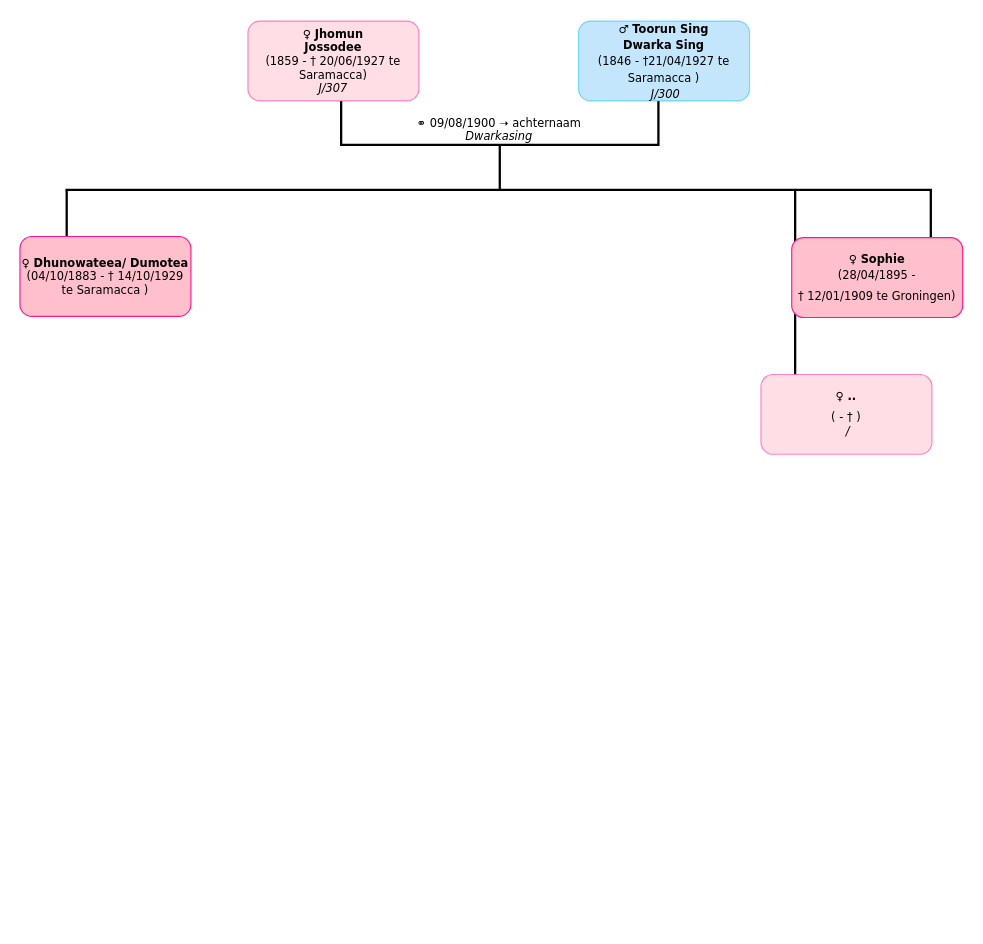
Kaadjal/Kaadjal keeps this draw.io diagram as Diagram zonder titel.drawio. Above is the earlier version. Source tidied: cells renumbered, new cells numbered last; positions are measured from the earlier drawing's top-left corner, leaving out a move shared by most shapes. Both pictures are drawn from the tidied source at 114%, with x=0, y=0 at pixel (19, -15).
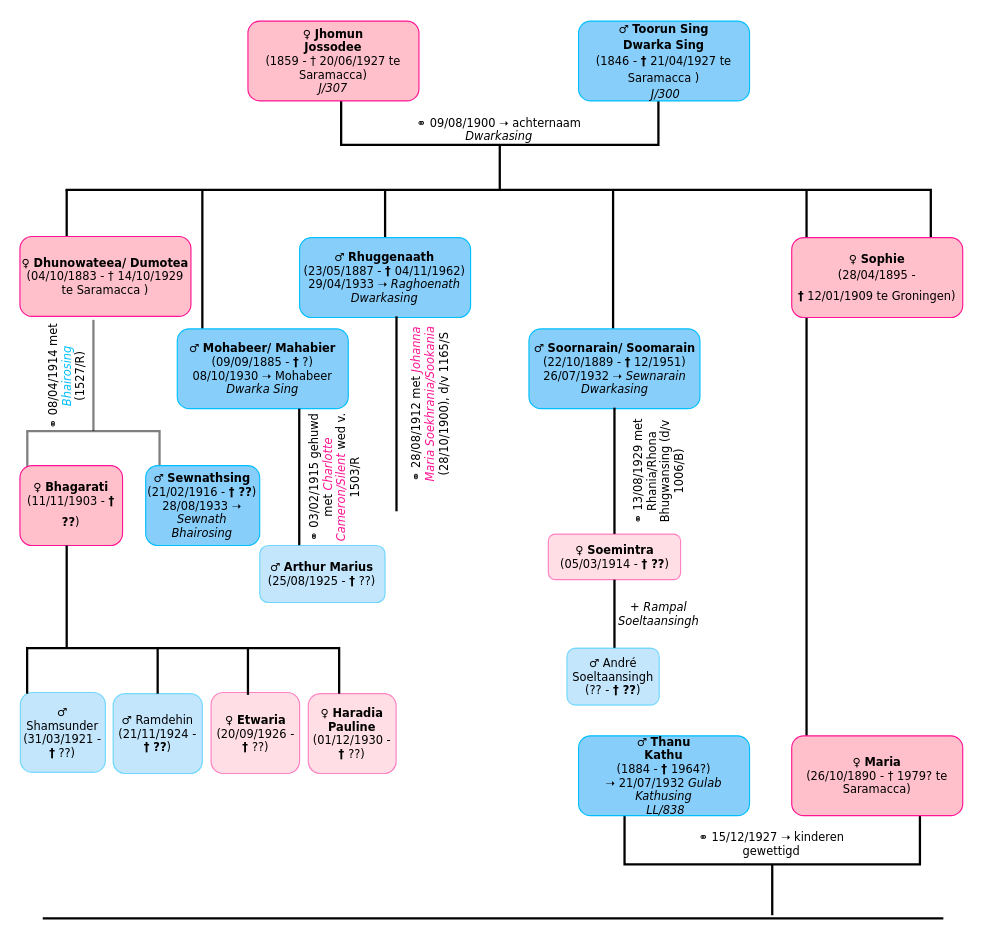
The same diagram, later.

Diff of the diagram source:
```diff
@@
+    <mxCell id="13" style="strokeWidth=2;html=1;shape=mxgraph.flowchart.annotation_2;align=left;labelPosition=right;fillStyle=auto;fontFamily=Verdana;fontSize=10;fillColor=#87CEFA;gradientColor=none;rotation=90;opacity=50;" parent="1" vertex="1">
+      <mxGeometry x="-33.1" y="332.6" width="195.1" height="116" as="geometry" />
+    </mxCell>
+    <mxCell id="14" style="strokeWidth=2;html=1;shape=mxgraph.flowchart.annotation_2;align=left;labelPosition=right;fillStyle=auto;fontFamily=Verdana;fontSize=10;fillColor=#87CEFA;gradientColor=none;rotation=-90;" parent="1" vertex="1">
+      <mxGeometry x="615.2" y="641.1" width="89.4" height="259.1" as="geometry" />
+    </mxCell>
@@
-    <mxCell id="3" value="&lt;div style=&quot;font-size: 10px;&quot;&gt;&lt;font style=&quot;font-size: 10px;&quot; face=&quot;Verdana&quot;&gt;♀ &lt;b&gt;Jhomun&lt;/b&gt;&lt;/font&gt;&lt;/div&gt;&lt;div style=&quot;font-size: 10px;&quot;&gt;&lt;font style=&quot;font-size: 10px;&quot; face=&quot;Verdana&quot;&gt;&lt;b&gt;&lt;font style=&quot;font-size: 10px;&quot;&gt;Jossodee&lt;/font&gt;&lt;/b&gt;&lt;/font&gt;&lt;/div&gt;&lt;div style=&quot;font-size: 10px;&quot;&gt;&lt;font style=&quot;font-size: 10px;&quot; face=&quot;Verdana&quot;&gt;(1859 - † 20/06/1927 te Saramacca)&lt;/font&gt;&lt;/div&gt;&lt;div style=&quot;font-size: 10px;&quot;&gt;&lt;font style=&quot;font-size: 10px;&quot; face=&quot;Verdana&quot;&gt;&lt;i&gt;J/307&lt;/i&gt;&lt;/font&gt;&lt;/div&gt;" style="rounded=1;whiteSpace=wrap;html=1;fillColor=#FFC0CB;strokeColor=#FF1493;fillStyle=auto;opacity=50;fontFamily=Verdana;" parent="1" vertex="1">
+    <mxCell id="3" value="&lt;div style=&quot;font-size: 10px;&quot;&gt;&lt;font style=&quot;font-size: 10px;&quot; face=&quot;Verdana&quot;&gt;♀ &lt;b&gt;Jhomun&lt;/b&gt;&lt;/font&gt;&lt;/div&gt;&lt;div style=&quot;font-size: 10px;&quot;&gt;&lt;font style=&quot;font-size: 10px;&quot; face=&quot;Verdana&quot;&gt;&lt;b&gt;&lt;font style=&quot;font-size: 10px;&quot;&gt;Jossodee&lt;/font&gt;&lt;/b&gt;&lt;/font&gt;&lt;/div&gt;&lt;div style=&quot;font-size: 10px;&quot;&gt;&lt;font style=&quot;font-size: 10px;&quot; face=&quot;Verdana&quot;&gt;(1859 - † 20/06/1927 te Saramacca)&lt;/font&gt;&lt;/div&gt;&lt;div style=&quot;font-size: 10px;&quot;&gt;&lt;font style=&quot;font-size: 10px;&quot; face=&quot;Verdana&quot;&gt;&lt;i&gt;J/307&lt;/i&gt;&lt;/font&gt;&lt;/div&gt;" style="rounded=1;whiteSpace=wrap;html=1;fillColor=#FFC0CB;strokeColor=#FF1493;fillStyle=auto;fontFamily=Verdana;" parent="1" vertex="1">
       <mxGeometry x="200" y="31" width="150" height="70" as="geometry" />
     </mxCell>
-    <mxCell id="4" value="&lt;div&gt;&lt;font style=&quot;font-size: 10px;&quot;&gt;♂ &lt;b&gt;Toorun Sing&lt;/b&gt;&lt;/font&gt;&lt;/div&gt;&lt;div&gt;&lt;font style=&quot;font-size: 10px;&quot;&gt;&lt;b&gt;Dwarka Sing&lt;/b&gt;&lt;br&gt;&lt;/font&gt;&lt;/div&gt;&lt;div&gt;&lt;font style=&quot;font-size: 10px;&quot;&gt;(1846 - †21/04/1927 te Saramacca )&lt;/font&gt;&lt;/div&gt;&lt;div&gt;&lt;font style=&quot;font-size: 10px;&quot;&gt;&lt;i&gt;&amp;nbsp;J/300 &lt;/i&gt;&lt;br&gt;&lt;/font&gt;&lt;/div&gt;" style="rounded=1;whiteSpace=wrap;html=1;fillStyle=auto;strokeColor=#00BFFF;fillColor=#87CEFA;gradientColor=none;opacity=50;fontFamily=Verdana;" parent="1" vertex="1">
+    <mxCell id="4" value="&lt;div&gt;&lt;font style=&quot;font-size: 10px;&quot;&gt;♂ &lt;b&gt;Toorun Sing&lt;/b&gt;&lt;/font&gt;&lt;/div&gt;&lt;div&gt;&lt;font style=&quot;font-size: 10px;&quot;&gt;&lt;b&gt;Dwarka Sing&lt;/b&gt;&lt;br&gt;&lt;/font&gt;&lt;/div&gt;&lt;div&gt;&lt;font style=&quot;font-size: 10px;&quot;&gt;(1846 - &lt;b&gt;† &lt;/b&gt;21/04/1927 te Saramacca )&lt;/font&gt;&lt;/div&gt;&lt;div&gt;&lt;font style=&quot;font-size: 10px;&quot;&gt;&lt;i&gt;&amp;nbsp;J/300 &lt;/i&gt;&lt;br&gt;&lt;/font&gt;&lt;/div&gt;" style="rounded=1;whiteSpace=wrap;html=1;fillStyle=auto;strokeColor=#00BFFF;fillColor=#87CEFA;gradientColor=none;fontFamily=Verdana;" parent="1" vertex="1">
       <mxGeometry x="490" y="31" width="150" height="70" as="geometry" />
     </mxCell>
-    <mxCell id="5" value="&lt;span lang=&quot;EN-US&quot;&gt;⚭ 09/08/1900 &lt;/span&gt;&lt;span lang=&quot;EN-US&quot;&gt;➝ achternaam &lt;i&gt;Dwarkasing&lt;/i&gt;&lt;br&gt;&lt;/span&gt;" style="text;html=1;strokeColor=none;fillColor=none;align=center;verticalAlign=middle;whiteSpace=wrap;overflow=hidden;fillStyle=auto;fontFamily=Verdana;fontSize=10;opacity=50;" parent="1" vertex="1">
+    <mxCell id="5" value="&lt;span lang=&quot;EN-US&quot;&gt;⚭ 09/08/1900 &lt;/span&gt;&lt;span lang=&quot;EN-US&quot;&gt;➝ achternaam &lt;i&gt;Dwarkasing&lt;/i&gt;&lt;br&gt;&lt;/span&gt;" style="text;html=1;strokeColor=none;fillColor=none;align=center;verticalAlign=middle;whiteSpace=wrap;overflow=hidden;fillStyle=auto;fontFamily=Verdana;fontSize=10;" parent="1" vertex="1">
       <mxGeometry x="330.9" y="101" width="179.4" height="50" as="geometry" />
     </mxCell>
@@
     <mxCell id="10" style="line;strokeWidth=2;direction=south;html=1;fillStyle=auto;fontFamily=Verdana;fontSize=10;fillColor=#87CEFA;gradientColor=none;" parent="1" vertex="1">
-      <mxGeometry x="675" y="179" width="10" height="162" as="geometry" />
+      <mxGeometry x="685" y="179" width="10" height="522" as="geometry" />
     </mxCell>
-    <mxCell id="11" value="&lt;div&gt;&lt;font style=&quot;font-size: 10px;&quot;&gt;♀ &lt;b&gt;Sophie&lt;/b&gt;&lt;/font&gt;&lt;/div&gt;&lt;div&gt;&lt;font style=&quot;font-size: 10px;&quot; size=&quot;3&quot;&gt;(28/04/1895 - &lt;br&gt;&lt;/font&gt;&lt;/div&gt;&lt;div&gt;&lt;font style=&quot;font-size: 10px;&quot; size=&quot;3&quot;&gt;† 12/01/1909 te Groningen)&lt;/font&gt;&lt;font size=&quot;3&quot;&gt;&lt;i&gt;&lt;br&gt;&lt;/i&gt;&lt;/font&gt;&lt;/div&gt;" style="rounded=1;whiteSpace=wrap;html=1;fillColor=#FFC0CB;strokeColor=#FF1493;fillStyle=auto;fontFamily=Verdana;" parent="1" vertex="1">
+    <mxCell id="11" value="&lt;div&gt;&lt;font style=&quot;font-size: 10px;&quot;&gt;♀ &lt;b&gt;Sophie&lt;/b&gt;&lt;/font&gt;&lt;/div&gt;&lt;div&gt;&lt;font style=&quot;font-size: 10px;&quot; size=&quot;3&quot;&gt;(28/04/1895 - &lt;br&gt;&lt;/font&gt;&lt;/div&gt;&lt;div&gt;&lt;font style=&quot;font-size: 10px;&quot; size=&quot;3&quot;&gt;&lt;b&gt;†&lt;/b&gt; 12/01/1909 te Groningen)&lt;/font&gt;&lt;font size=&quot;3&quot;&gt;&lt;i&gt;&lt;br&gt;&lt;/i&gt;&lt;/font&gt;&lt;/div&gt;" style="rounded=1;whiteSpace=wrap;html=1;fillColor=#FFC0CB;strokeColor=#FF1493;fillStyle=auto;fontFamily=Verdana;" parent="1" vertex="1">
       <mxGeometry x="677" y="221" width="150" height="70" as="geometry" />
     </mxCell>
-    <mxCell id="12" value="&lt;div&gt;&lt;font style=&quot;font-size: 10px;&quot;&gt;♀ &lt;b&gt;..&lt;/b&gt;&lt;/font&gt;&lt;/div&gt;&lt;div&gt;&lt;font style=&quot;font-size: 10px;&quot; size=&quot;3&quot;&gt;( - † )&lt;/font&gt;&lt;font size=&quot;3&quot;&gt;&lt;i&gt;&lt;br&gt;&lt;/i&gt;&lt;/font&gt;&lt;/div&gt;&lt;div style=&quot;font-size: 10px;&quot;&gt;&lt;font style=&quot;font-size: 10px;&quot;&gt;&lt;i&gt;&amp;nbsp;/ &lt;/i&gt;&lt;br&gt;&lt;/font&gt;&lt;/div&gt;" style="rounded=1;whiteSpace=wrap;html=1;fillColor=#FFC0CB;strokeColor=#FF1493;fillStyle=auto;opacity=50;fontFamily=Verdana;fontSize=10;" parent="1" vertex="1">
-      <mxGeometry x="650" y="341" width="150" height="70" as="geometry" />
+    <mxCell id="12" value="&lt;div&gt;&lt;font style=&quot;font-size: 10px;&quot;&gt;♀ &lt;b&gt;Maria&lt;/b&gt;&lt;/font&gt;&lt;/div&gt;&lt;div style=&quot;font-size: 10px;&quot;&gt;&lt;font style=&quot;font-size: 10px;&quot; size=&quot;3&quot;&gt;(26/10/1890 - † 1979? te Saramacca)&lt;/font&gt;&lt;font style=&quot;font-size: 10px;&quot;&gt;&lt;i&gt; &lt;/i&gt;&lt;br&gt;&lt;/font&gt;&lt;/div&gt;" style="rounded=1;whiteSpace=wrap;html=1;fillColor=#FFC0CB;strokeColor=#FF1493;fillStyle=auto;fontFamily=Verdana;fontSize=10;" parent="1" vertex="1">
+      <mxGeometry x="677" y="658" width="150" height="70" as="geometry" />
     </mxCell>
+    <mxCell id="15" value="&lt;div&gt;&lt;font style=&quot;font-size: 10px;&quot;&gt;♀ &lt;b&gt;Haradia Pauline&lt;/b&gt;&lt;/font&gt;&lt;/div&gt;&lt;div style=&quot;font-size: 10px;&quot;&gt;&lt;font style=&quot;font-size: 10px;&quot;&gt;(01/12/1930 - &lt;b&gt;† &lt;/b&gt;??)&lt;br&gt;&lt;/font&gt;&lt;/div&gt;" style="rounded=1;whiteSpace=wrap;html=1;fillColor=#FFC0CB;strokeColor=#FF1493;fillStyle=auto;opacity=50;fontFamily=Verdana;fontSize=10;" parent="1" vertex="1">
+      <mxGeometry x="252.9" y="621" width="77.1" height="70" as="geometry" />
+    </mxCell>
+    <mxCell id="16" value="&lt;div&gt;&lt;font style=&quot;font-size: 10px;&quot; face=&quot;Verdana&quot;&gt;♂ &lt;b&gt;Thanu&lt;/b&gt;&lt;/font&gt;&lt;/div&gt;&lt;div&gt;&lt;font style=&quot;font-size: 10px;&quot; face=&quot;Verdana&quot;&gt;&lt;b&gt;Kathu&lt;/b&gt;&lt;br&gt;&lt;/font&gt;&lt;/div&gt;&lt;div&gt;&lt;font style=&quot;font-size: 10px;&quot; face=&quot;Verdana&quot;&gt;(1884 - &lt;b&gt;† &lt;/b&gt;1964?)&lt;/font&gt;&lt;/div&gt;&lt;div&gt;&lt;span lang=&quot;EN-US&quot;&gt;➝ 21/07/1932 &lt;i&gt;Gulab Kathusing&lt;/i&gt;&lt;br&gt;&lt;/span&gt;&lt;/div&gt;&lt;div&gt;&lt;font style=&quot;font-size: 10px;&quot; face=&quot;Verdana&quot;&gt;&lt;i&gt;&amp;nbsp;LL/838 &lt;/i&gt;&lt;br&gt;&lt;/font&gt;&lt;/div&gt;" style="rounded=1;whiteSpace=wrap;html=1;fillStyle=auto;strokeColor=#00BFFF;fillColor=#87CEFA;gradientColor=none;fontFamily=Verdana;fontSize=10;" parent="1" vertex="1">
+      <mxGeometry x="490" y="658" width="150" height="70" as="geometry" />
+    </mxCell>
+    <mxCell id="17" style="line;strokeWidth=2;direction=south;html=1;fillStyle=auto;fontFamily=Verdana;fontSize=10;fillColor=#87CEFA;gradientColor=none;" parent="1" vertex="1">
+      <mxGeometry x="155" y="180" width="10" height="121" as="geometry" />
+    </mxCell>
+    <mxCell id="18" value="&lt;div&gt;&lt;font style=&quot;font-size: 10px;&quot; face=&quot;Verdana&quot;&gt;♂ &lt;b&gt;Mohabeer/ Mahabier&lt;/b&gt;&lt;br&gt;&lt;/font&gt;&lt;/div&gt;&lt;div&gt;&lt;font style=&quot;font-size: 10px;&quot; face=&quot;Verdana&quot;&gt;(09/09/1885 - &lt;b&gt;†&lt;/b&gt; ?)&lt;/font&gt;&lt;/div&gt;&lt;div&gt;&lt;font face=&quot;Verdana&quot;&gt;&lt;span lang=&quot;EN-US&quot;&gt;08/10/1930 &lt;/span&gt;&lt;i&gt;&lt;span lang=&quot;EN-US&quot;&gt;➝ &lt;/span&gt;&lt;/i&gt;&lt;span lang=&quot;EN-US&quot;&gt;Mohabeer&lt;/span&gt;&lt;i&gt;&lt;span lang=&quot;EN-US&quot;&gt; Dwarka Sing&lt;br&gt;&lt;/span&gt;&lt;/i&gt;&lt;/font&gt;&lt;/div&gt;" style="rounded=1;whiteSpace=wrap;html=1;fillStyle=auto;strokeColor=#00BFFF;fillColor=#87CEFA;gradientColor=none;fontFamily=Verdana;fontSize=10;" parent="1" vertex="1">
+      <mxGeometry x="138" y="301" width="150" height="70" as="geometry" />
+    </mxCell>
+    <mxCell id="19" value="&lt;span lang=&quot;EN-US&quot;&gt;⚭ 15/12/1927 &lt;/span&gt;&lt;span lang=&quot;EN-US&quot;&gt;➝ kinderen gewettigd&lt;br&gt;&lt;/span&gt;" style="text;html=1;strokeColor=none;fillColor=none;align=center;verticalAlign=middle;whiteSpace=wrap;overflow=hidden;fillStyle=auto;fontFamily=Verdana;fontSize=10;opacity=50;" parent="1" vertex="1">
+      <mxGeometry x="570.2" y="728" width="179.4" height="50" as="geometry" />
+    </mxCell>
+    <mxCell id="20" style="line;strokeWidth=2;html=1;fillStyle=auto;fontFamily=Verdana;fontSize=10;fillColor=#87CEFA;gradientColor=none;" parent="1" vertex="1">
+      <mxGeometry x="20" y="813" width="790" height="10" as="geometry" />
+    </mxCell>
+    <mxCell id="21" style="line;strokeWidth=2;direction=south;html=1;fillStyle=auto;fontFamily=Verdana;fontSize=10;fillColor=#87CEFA;gradientColor=none;" parent="1" vertex="1">
+      <mxGeometry x="240" y="371" width="10" height="120" as="geometry" />
+    </mxCell>
+    <mxCell id="22" value="&lt;i&gt;&lt;span lang=&quot;EN-US&quot;&gt;⚭&lt;/span&gt;&lt;/i&gt;&lt;span lang=&quot;EN-US&quot;&gt; 08/04/1914 met &lt;/span&gt;&lt;i&gt;&lt;span lang=&quot;EN-US&quot;&gt;&lt;font color=&quot;#00BFFF&quot;&gt;Bhairosing &lt;/font&gt;&lt;/span&gt;&lt;/i&gt;&lt;span lang=&quot;EN-US&quot;&gt;(1527/R)&lt;/span&gt;&lt;i&gt;&lt;span lang=&quot;EN-US&quot;&gt;&lt;br&gt;&lt;/span&gt;&lt;/i&gt;" style="text;html=1;strokeColor=none;fillColor=none;align=center;verticalAlign=middle;whiteSpace=wrap;overflow=hidden;fillStyle=auto;fontFamily=Verdana;fontSize=10;opacity=50;rotation=-90;" parent="1" vertex="1">
+      <mxGeometry x="-9.6" y="307" width="101.3" height="70.4" as="geometry" />
+    </mxCell>
+    <mxCell id="23" value="&lt;span lang=&quot;EN-US&quot;&gt;⚭ 03/02/1915 gehuwd met &lt;font color=&quot;#FF1493&quot;&gt;&lt;i&gt;Charlotte Cameron/Silent &lt;/i&gt;&lt;/font&gt;wed v. 1503/R&lt;/span&gt;&lt;span lang=&quot;EN-US&quot;&gt; &lt;br&gt;&lt;/span&gt;" style="text;html=1;strokeColor=none;fillColor=none;align=center;verticalAlign=middle;whiteSpace=wrap;overflow=hidden;fillStyle=auto;fontFamily=Verdana;fontSize=10;opacity=50;rotation=-90;" parent="1" vertex="1">
+      <mxGeometry x="210.3" y="406" width="129.4" height="50" as="geometry" />
+    </mxCell>
+    <mxCell id="24" value="&lt;div&gt;&lt;font style=&quot;font-size: 10px;&quot; face=&quot;Verdana&quot;&gt;♂ &lt;b&gt;Arthur Marius&lt;/b&gt;&lt;br&gt;&lt;/font&gt;&lt;/div&gt;&lt;div&gt;&lt;font style=&quot;font-size: 10px;&quot; face=&quot;Verdana&quot;&gt;(25/08/1925 - &lt;b&gt;†&lt;/b&gt; ??) &lt;br&gt;&lt;/font&gt;&lt;/div&gt;" style="rounded=1;whiteSpace=wrap;html=1;fillStyle=auto;strokeColor=#00BFFF;fillColor=#87CEFA;gradientColor=none;opacity=50;fontFamily=Verdana;fontSize=10;" parent="1" vertex="1">
+      <mxGeometry x="210.3" y="491" width="110" height="50" as="geometry" />
+    </mxCell>
+    <mxCell id="25" value="&lt;div&gt;&lt;font style=&quot;font-size: 10px;&quot; face=&quot;Verdana&quot;&gt;♂ &lt;b&gt;Sewnathsing&lt;/b&gt;&lt;br&gt;&lt;/font&gt;&lt;/div&gt;&lt;div&gt;&lt;font style=&quot;font-size: 10px;&quot; face=&quot;Verdana&quot;&gt;(21/02/1916 - &lt;b&gt;† ??&lt;/b&gt;)&lt;/font&gt;&lt;/div&gt;&lt;div&gt;&lt;span lang=&quot;EN-US&quot;&gt;28/08/1933 ➝ &lt;i&gt;Sewnath Bhairosing&lt;/i&gt;&lt;br&gt;&lt;/span&gt;&lt;/div&gt;" style="rounded=1;whiteSpace=wrap;html=1;fillStyle=auto;strokeColor=#00BFFF;fillColor=#87CEFA;gradientColor=none;fontFamily=Verdana;fontSize=10;" parent="1" vertex="1">
+      <mxGeometry x="110.3" y="421" width="100" height="70" as="geometry" />
+    </mxCell>
+    <mxCell id="26" value="&lt;div&gt;&lt;font style=&quot;font-size: 10px;&quot; color=&quot;#000000&quot;&gt;♀ &lt;b&gt;Bhagarati&lt;/b&gt;&lt;/font&gt;&lt;/div&gt;&lt;div&gt;&lt;font style=&quot;font-size: 10px;&quot; size=&quot;3&quot; color=&quot;#000000&quot;&gt;(11/11/1903 - &lt;b&gt;† ??&lt;/b&gt;)&lt;/font&gt;&lt;font size=&quot;3&quot; color=&quot;#000000&quot;&gt;&lt;i&gt;&lt;br&gt;&lt;/i&gt;&lt;/font&gt;&lt;/div&gt;" style="rounded=1;whiteSpace=wrap;html=1;fillColor=#FFC0CB;strokeColor=#FF1493;fillStyle=auto;fontFamily=Verdana;fontSize=10;fontColor=#00BFFF;" parent="1" vertex="1">
+      <mxGeometry y="421" width="90" height="70" as="geometry" />
+    </mxCell>
+    <mxCell id="27" style="line;strokeWidth=2;direction=south;html=1;fillStyle=auto;fontFamily=Verdana;fontSize=10;fillColor=#87CEFA;gradientColor=none;fontColor=#000000;" parent="1" vertex="1">
+      <mxGeometry x="36" y="491" width="10" height="90" as="geometry" />
+    </mxCell>
+    <mxCell id="28" style="line;strokeWidth=2;direction=south;html=1;fillStyle=auto;fontFamily=Verdana;fontSize=10;fillColor=#87CEFA;gradientColor=none;fontColor=#000000;" parent="1" vertex="1">
+      <mxGeometry x="315.3" y="179" width="10" height="42" as="geometry" />
+    </mxCell>
+    <mxCell id="29" style="line;strokeWidth=2;direction=south;html=1;fillStyle=auto;fontFamily=Verdana;fontSize=10;fillColor=#87CEFA;gradientColor=none;fontColor=#000000;" parent="1" vertex="1">
+      <mxGeometry x="515.3" y="179" width="10" height="122" as="geometry" />
+    </mxCell>
+    <mxCell id="30" value="&lt;div&gt;&lt;font style=&quot;font-size: 10px;&quot; face=&quot;Verdana&quot;&gt;♂ &lt;b&gt;Rhuggenaath&lt;/b&gt;&lt;br&gt;&lt;/font&gt;&lt;/div&gt;&lt;div&gt;&lt;font style=&quot;font-size: 10px;&quot; face=&quot;Verdana&quot;&gt;(23/05/1887 - &lt;b&gt;† &lt;/b&gt;04/11/1962)&lt;/font&gt;&lt;/div&gt;&lt;div&gt;&lt;font face=&quot;Verdana&quot;&gt;29/04/1933 &lt;/font&gt;&lt;font face=&quot;Verdana&quot;&gt;&lt;span lang=&quot;EN-US&quot;&gt;➝ &lt;/span&gt;&lt;/font&gt;&lt;span lang=&quot;EN-US&quot;&gt;&lt;i&gt;Raghoenath Dwarkasing&lt;/i&gt;&lt;/span&gt;&lt;/div&gt;" style="rounded=1;whiteSpace=wrap;html=1;fillStyle=auto;strokeColor=#00BFFF;fillColor=#87CEFA;gradientColor=none;fontFamily=Verdana;fontSize=10;fontColor=#000000;" parent="1" vertex="1">
+      <mxGeometry x="245.3" y="221" width="150" height="70" as="geometry" />
+    </mxCell>
+    <mxCell id="31" style="line;strokeWidth=2;direction=south;html=1;fillStyle=auto;fontFamily=Verdana;fontSize=10;fillColor=#87CEFA;gradientColor=none;fontColor=#000000;" parent="1" vertex="1">
+      <mxGeometry x="325.3" y="290" width="10" height="171" as="geometry" />
+    </mxCell>
+    <mxCell id="32" value="&lt;span lang=&quot;EN-US&quot;&gt;⚭ 28/08/1912 met &lt;font color=&quot;#FF1493&quot;&gt;&lt;i&gt;Johanna Maria Soekhrania/Sookania &lt;/i&gt;&lt;/font&gt;(28/10/1900), d/v 1165/S&lt;/span&gt;&lt;span lang=&quot;EN-US&quot;&gt; &lt;br&gt;&lt;/span&gt;" style="text;html=1;strokeColor=none;fillColor=none;align=center;verticalAlign=middle;whiteSpace=wrap;overflow=hidden;fillStyle=auto;fontFamily=Verdana;fontSize=10;opacity=50;fontColor=#000000;rotation=-90;" parent="1" vertex="1">
+      <mxGeometry x="280" y="342" width="159.4" height="50" as="geometry" />
+    </mxCell>
+    <mxCell id="33" value="&lt;div&gt;&lt;font style=&quot;font-size: 10px;&quot; face=&quot;Verdana&quot; color=&quot;#000000&quot;&gt;♂ &lt;b&gt;Soornarain/ Soomarain&lt;/b&gt;&lt;br&gt;&lt;/font&gt;&lt;/div&gt;&lt;div&gt;&lt;font style=&quot;font-size: 10px;&quot; face=&quot;Verdana&quot; color=&quot;#000000&quot;&gt;(22/10/1889 - &lt;b&gt;†&lt;/b&gt; 12/1951)&lt;/font&gt;&lt;/div&gt;&lt;div&gt;&lt;font style=&quot;font-size: 10px;&quot; face=&quot;Verdana&quot; color=&quot;#000000&quot;&gt;26/07/1932 &lt;/font&gt;&lt;font face=&quot;Verdana&quot; color=&quot;#000000&quot;&gt;&lt;i&gt;&lt;span lang=&quot;EN-US&quot;&gt;➝ Sewnarain Dwarkasing&lt;br&gt;&lt;/span&gt;&lt;/i&gt;&lt;/font&gt;&lt;/div&gt;" style="rounded=1;whiteSpace=wrap;html=1;fillStyle=auto;strokeColor=#00BFFF;fillColor=#87CEFA;gradientColor=none;fontFamily=Verdana;fontSize=10;fontColor=#FF1493;" parent="1" vertex="1">
+      <mxGeometry x="446.5" y="301" width="150" height="70" as="geometry" />
+    </mxCell>
+    <mxCell id="34" style="line;strokeWidth=2;direction=south;html=1;fillStyle=auto;fontFamily=Verdana;fontSize=10;fillColor=#87CEFA;gradientColor=none;fontColor=#000000;" parent="1" vertex="1">
+      <mxGeometry x="516.5" y="370.1" width="10" height="110.9" as="geometry" />
+    </mxCell>
+    <mxCell id="35" value="&lt;span lang=&quot;EN-US&quot;&gt;⚭ 13/08/1929 met Rhania/Rhona Bhugwansing (d/v 1006/B)&lt;/span&gt;&lt;span lang=&quot;EN-US&quot;&gt; &lt;br&gt;&lt;/span&gt;" style="text;html=1;strokeColor=none;fillColor=none;align=center;verticalAlign=middle;whiteSpace=wrap;overflow=hidden;fillStyle=auto;fontFamily=Verdana;fontSize=10;opacity=50;fontColor=#000000;rotation=-90;" parent="1" vertex="1">
+      <mxGeometry x="505.2" y="396" width="110" height="60" as="geometry" />
+    </mxCell>
+    <mxCell id="36" value="&lt;div&gt;&lt;font style=&quot;font-size: 10px;&quot;&gt;♀ &lt;b&gt;Soemintra&lt;/b&gt;&lt;/font&gt;&lt;/div&gt;&lt;div style=&quot;font-size: 10px;&quot;&gt;&lt;font style=&quot;font-size: 10px;&quot;&gt;(05/03/1914 - &lt;b&gt;† ??&lt;/b&gt;)&lt;br&gt;&lt;/font&gt;&lt;/div&gt;" style="rounded=1;whiteSpace=wrap;html=1;fillColor=#FFC0CB;strokeColor=#FF1493;fillStyle=auto;opacity=50;fontFamily=Verdana;fontSize=10;fontColor=#000000;" parent="1" vertex="1">
+      <mxGeometry x="463.5" y="481" width="116" height="40" as="geometry" />
+    </mxCell>
+    <mxCell id="37" style="line;strokeWidth=2;direction=south;html=1;fillStyle=auto;fontFamily=Verdana;fontSize=10;fillColor=#87CEFA;gradientColor=none;fontColor=#000000;" parent="1" vertex="1">
+      <mxGeometry x="516.5" y="521" width="10" height="60" as="geometry" />
+    </mxCell>
+    <mxCell id="38" value="&lt;div&gt;&lt;font style=&quot;font-size: 10px;&quot; face=&quot;Verdana&quot;&gt;♂ André &lt;br&gt;&lt;/font&gt;&lt;/div&gt;&lt;div&gt;&lt;font style=&quot;font-size: 10px;&quot; face=&quot;Verdana&quot;&gt;Soeltaansingh&lt;br&gt;&lt;/font&gt;&lt;/div&gt;&lt;div&gt;&lt;font style=&quot;font-size: 10px;&quot; face=&quot;Verdana&quot;&gt;(?? - &lt;b&gt;† ??&lt;/b&gt;)&lt;/font&gt;&lt;/div&gt;" style="rounded=1;whiteSpace=wrap;html=1;fillStyle=auto;strokeColor=#00BFFF;fillColor=#87CEFA;gradientColor=none;opacity=50;fontFamily=Verdana;fontSize=10;fontColor=#000000;" parent="1" vertex="1">
+      <mxGeometry x="479.8" y="581" width="81" height="50" as="geometry" />
+    </mxCell>
+    <mxCell id="39" value="&lt;i&gt;+ Rampal Soeltaansingh&lt;/i&gt;" style="text;html=1;strokeColor=none;fillColor=none;align=center;verticalAlign=middle;whiteSpace=wrap;overflow=hidden;fillStyle=auto;fontFamily=Verdana;fontSize=10;opacity=50;fontColor=#000000;" parent="1" vertex="1">
+      <mxGeometry x="512.7" y="526" width="94.9" height="50" as="geometry" />
+    </mxCell>
+    <mxCell id="40" style="line;strokeWidth=2;html=1;fillStyle=auto;fontFamily=Verdana;fontSize=10;fillColor=#87CEFA;gradientColor=none;fontColor=#000000;" parent="1" vertex="1">
+      <mxGeometry x="5.3" y="576" width="274.7" height="10" as="geometry" />
+    </mxCell>
+    <mxCell id="41" value="&lt;div&gt;&lt;font style=&quot;font-size: 10px;&quot;&gt;♀ &lt;b&gt;Etwaria&lt;/b&gt;&lt;/font&gt;&lt;/div&gt;&lt;div style=&quot;font-size: 10px;&quot;&gt;&lt;font style=&quot;font-size: 10px;&quot;&gt;(20/09/1926 - &lt;b&gt;† &lt;/b&gt;??)&lt;br&gt;&lt;/font&gt;&lt;/div&gt;" style="rounded=1;whiteSpace=wrap;html=1;fillColor=#FFC0CB;strokeColor=#FF1493;fillStyle=auto;opacity=50;fontFamily=Verdana;fontSize=10;fontColor=#000000;" parent="1" vertex="1">
+      <mxGeometry x="167.6" y="620" width="77.7" height="71" as="geometry" />
+    </mxCell>
+    <mxCell id="42" value="&lt;div&gt;&lt;font style=&quot;font-size: 10px;&quot; face=&quot;Verdana&quot;&gt;♂ Ramdehin&lt;br&gt;&lt;/font&gt;&lt;/div&gt;&lt;div&gt;&lt;font style=&quot;font-size: 10px;&quot; face=&quot;Verdana&quot;&gt;(21/11/1924 - &lt;b&gt;† ??&lt;/b&gt;)&lt;br&gt;&lt;/font&gt;&lt;/div&gt;" style="rounded=1;whiteSpace=wrap;html=1;fillStyle=auto;strokeColor=#00BFFF;fillColor=#87CEFA;gradientColor=none;opacity=50;fontFamily=Verdana;fontSize=10;fontColor=#000000;" parent="1" vertex="1">
+      <mxGeometry x="81.7" y="621" width="78.3" height="70" as="geometry" />
+    </mxCell>
+    <mxCell id="43" value="&lt;div&gt;&lt;font style=&quot;font-size: 10px;&quot; face=&quot;Verdana&quot;&gt;♂ Shamsunder&lt;br&gt;&lt;/font&gt;&lt;/div&gt;&lt;div&gt;&lt;font style=&quot;font-size: 10px;&quot; face=&quot;Verdana&quot;&gt;(31/03/1921 - &lt;b&gt;†&lt;/b&gt; ??)&lt;br&gt;&lt;/font&gt;&lt;/div&gt;" style="rounded=1;whiteSpace=wrap;html=1;fillStyle=auto;strokeColor=#00BFFF;fillColor=#87CEFA;gradientColor=none;opacity=50;fontFamily=Verdana;fontSize=10;fontColor=#000000;" parent="1" vertex="1">
+      <mxGeometry x="0.3" y="620" width="74.7" height="70" as="geometry" />
+    </mxCell>
+    <mxCell id="44" style="line;strokeWidth=2;direction=south;html=1;fillStyle=auto;fontFamily=Verdana;fontSize=10;fillColor=#87CEFA;gradientColor=none;fontColor=#000000;" parent="1" vertex="1">
+      <mxGeometry x="1.3" y="580" width="10" height="41" as="geometry" />
+    </mxCell>
+    <mxCell id="45" style="line;strokeWidth=2;direction=south;html=1;fillStyle=auto;fontFamily=Verdana;fontSize=10;fillColor=#87CEFA;gradientColor=none;fontColor=#000000;" parent="1" vertex="1">
+      <mxGeometry x="115.8" y="580" width="10" height="41" as="geometry" />
+    </mxCell>
+    <mxCell id="46" style="line;strokeWidth=2;direction=south;html=1;fillStyle=auto;fontFamily=Verdana;fontSize=10;fillColor=#87CEFA;gradientColor=none;fontColor=#000000;" parent="1" vertex="1">
+      <mxGeometry x="275" y="580" width="10" height="41" as="geometry" />
+    </mxCell>
+    <mxCell id="47" style="line;strokeWidth=2;direction=south;html=1;fillStyle=auto;fontFamily=Verdana;fontSize=10;fillColor=#87CEFA;gradientColor=none;fontColor=#000000;" parent="1" vertex="1">
+      <mxGeometry x="195" y="581" width="10" height="41" as="geometry" />
+    </mxCell>
```
